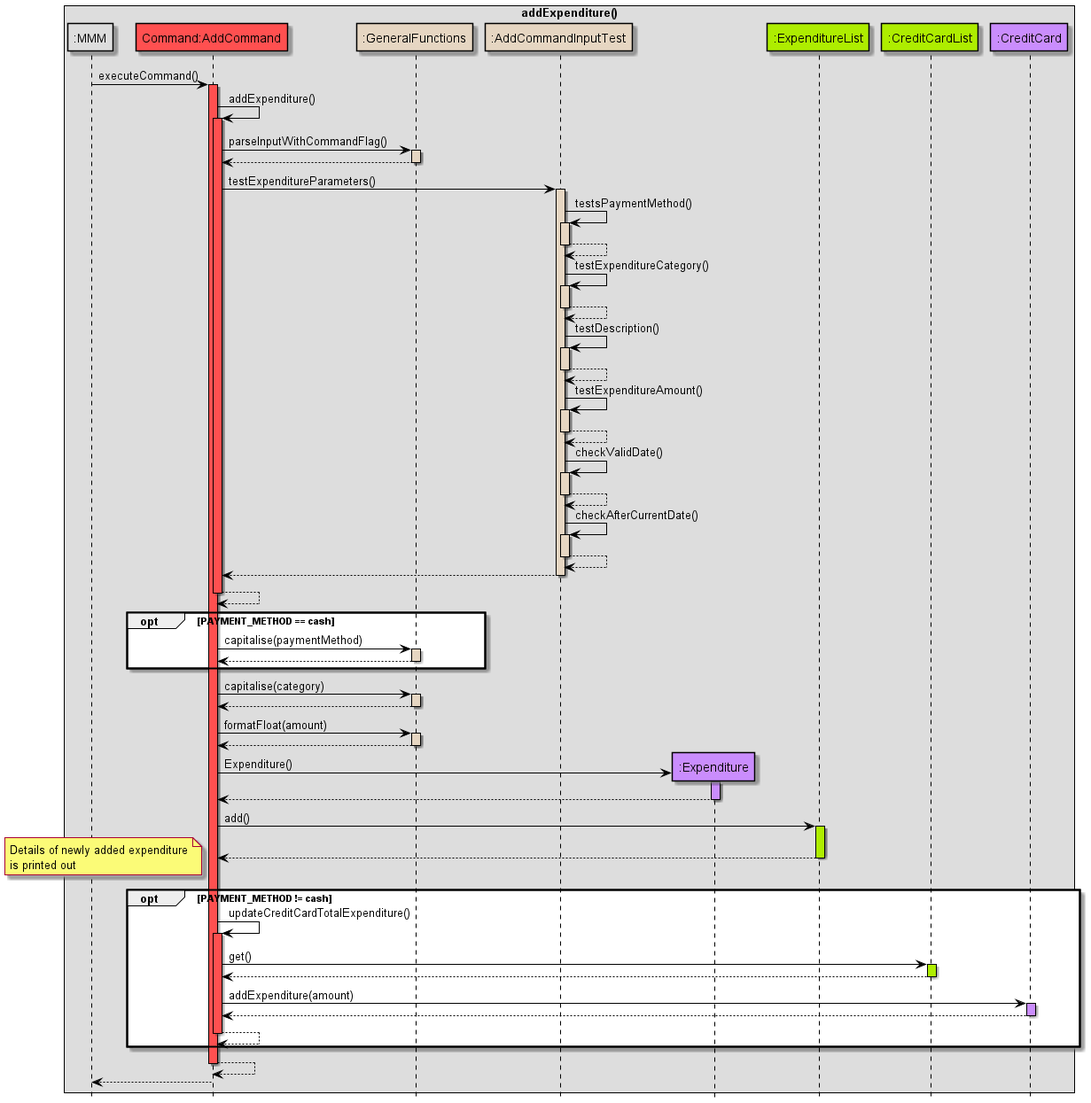
Before: docs/images/AddExpenditureCommandSequenceDiagram.png, a diagram exported from PlantUML (nus-cs2113-AY2122S2/tp).
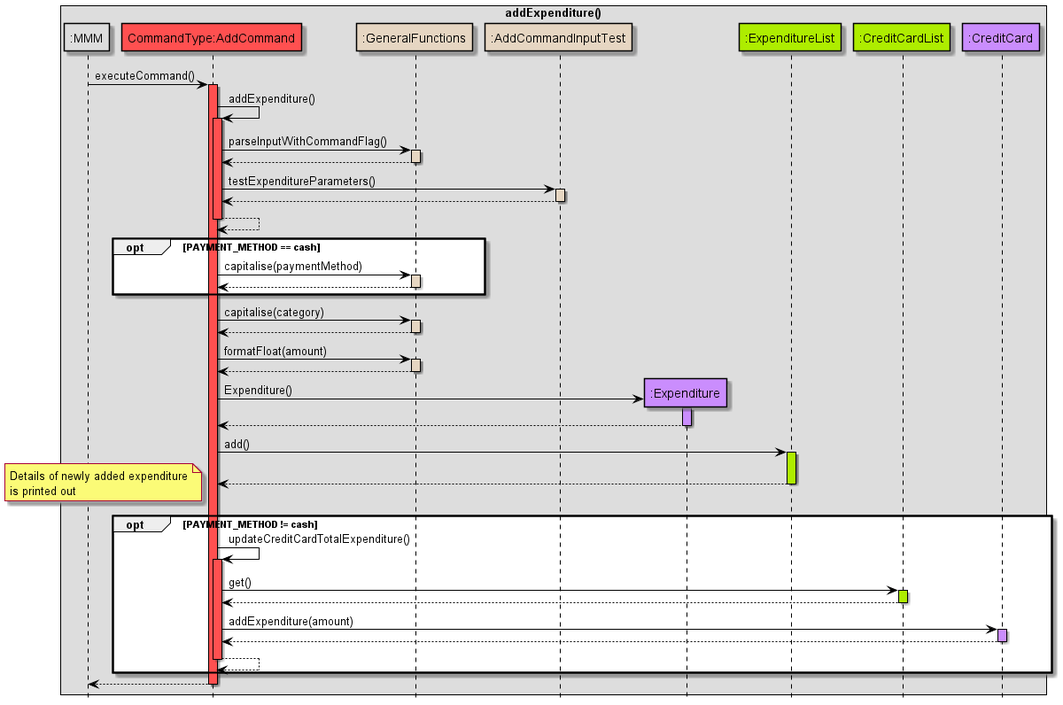
Later version of the same file.

What changed in the source:
```diff
@@ -10,7 +10,7 @@
 
 box addExpenditure()
 participant ":MMM" as MMM MMM_COLOUR
-participant "Command:AddCommand" as AddCommand COMMANDS_COLOUR
+participant "CommandType:AddCommand" as AddCommand COMMANDS_COLOUR
 participant ":GeneralFunctions" as GeneralFunctions HELPER_COLOUR
 participant ":AddCommandInputTest" as AddCommandInputTest HELPER_COLOUR
 participant ":Expenditure" as Expenditure USERFINANCIAL_COLOUR
@@ -34,37 +34,6 @@
 
 AddCommand -> AddCommandInputTest: testExpenditureParameters()
 activate AddCommandInputTest HELPER_COLOUR
-
-AddCommandInputTest -> AddCommandInputTest: testsPaymentMethod()
-activate AddCommandInputTest HELPER_COLOUR
-AddCommandInputTest --> AddCommandInputTest
-deactivate AddCommandInputTest
-
-AddCommandInputTest -> AddCommandInputTest: testExpenditureCategory()
-activate AddCommandInputTest HELPER_COLOUR
-AddCommandInputTest --> AddCommandInputTest
-deactivate AddCommandInputTest
-
-AddCommandInputTest -> AddCommandInputTest: testDescription()
-activate AddCommandInputTest HELPER_COLOUR
-AddCommandInputTest --> AddCommandInputTest
-deactivate AddCommandInputTest
-
-AddCommandInputTest -> AddCommandInputTest: testExpenditureAmount()
-activate AddCommandInputTest HELPER_COLOUR
-AddCommandInputTest --> AddCommandInputTest
-deactivate AddCommandInputTest
-
-AddCommandInputTest -> AddCommandInputTest: checkValidDate()
-activate AddCommandInputTest HELPER_COLOUR
-AddCommandInputTest --> AddCommandInputTest
-deactivate AddCommandInputTest
-
-AddCommandInputTest -> AddCommandInputTest: checkAfterCurrentDate()
-activate AddCommandInputTest HELPER_COLOUR
-AddCommandInputTest --> AddCommandInputTest
-deactivate AddCommandInputTest
-
 
 AddCommandInputTest --> AddCommand
 deactivate AddCommandInputTest
@@ -122,9 +91,6 @@
 
 end
 
-
-AddCommand --> AddCommand:
-deactivate AddCommand
 AddCommand --> MMM
 deactivate AddCommand
 @enduml
```
